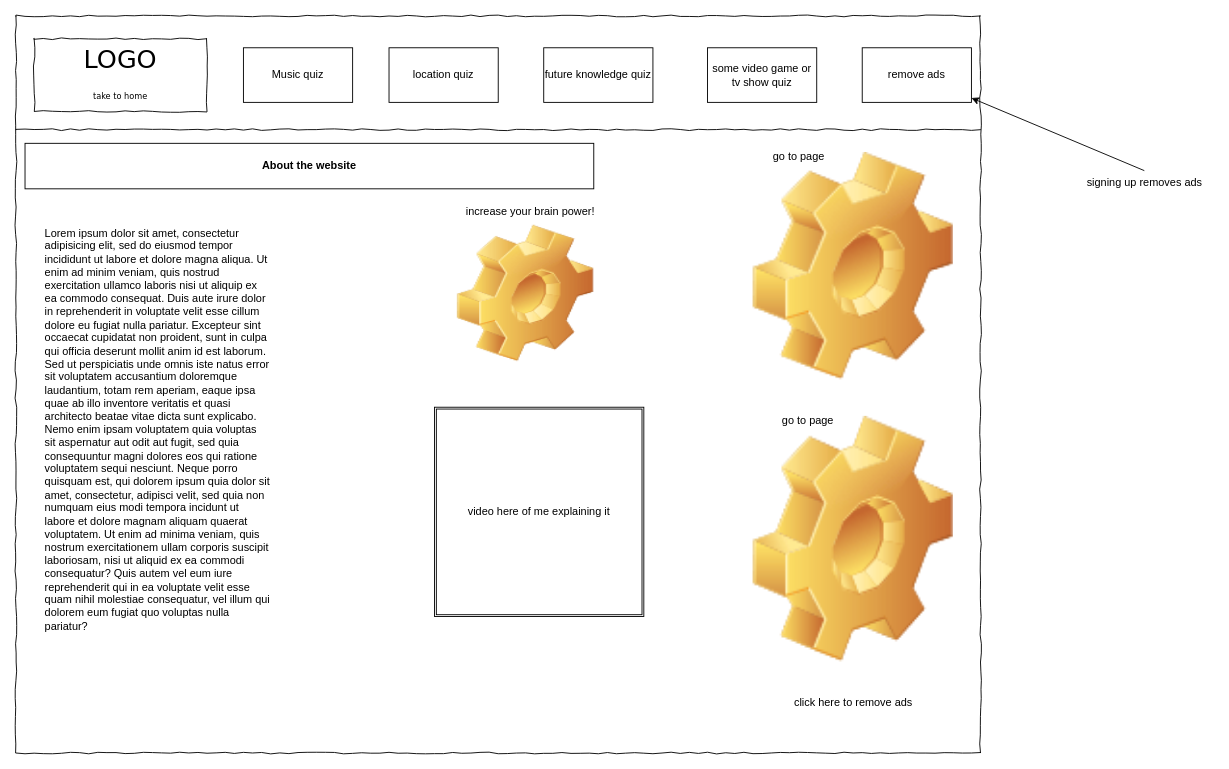
william-Cross12/University-folder keeps this draw.io diagram as page "base page" (1 of 2) of web dev/assignment/documentation/plan_v1.drawio. Above is the earlier version. Source tidied: cells renumbered, new cells numbered last; positions are measured from the earlier drawing's top-left corner, leaving out a move shared by most shapes. Both pictures are drawn from the tidied source at 91%, with x=0, y=0 at pixel (15, 15).
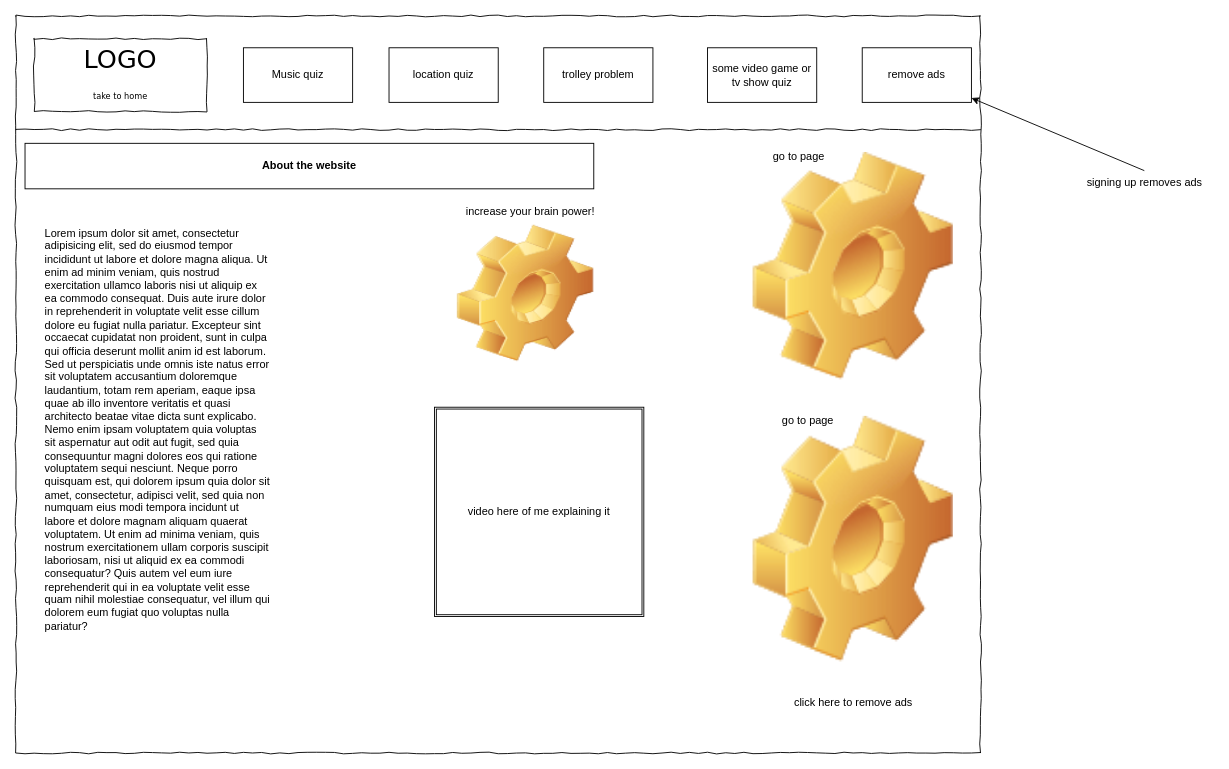
Above is the later version.

Diff of the diagram source:
```diff
@@
-    <mxCell id="8" value="future knowledge quiz" style="rounded=0;whiteSpace=wrap;html=1;" parent="1" vertex="1">
+    <mxCell id="8" value="trolley problem" style="rounded=0;whiteSpace=wrap;html=1;" parent="1" vertex="1">
       <mxGeometry x="580" y="35" width="120" height="60" as="geometry" />
     </mxCell>
```
